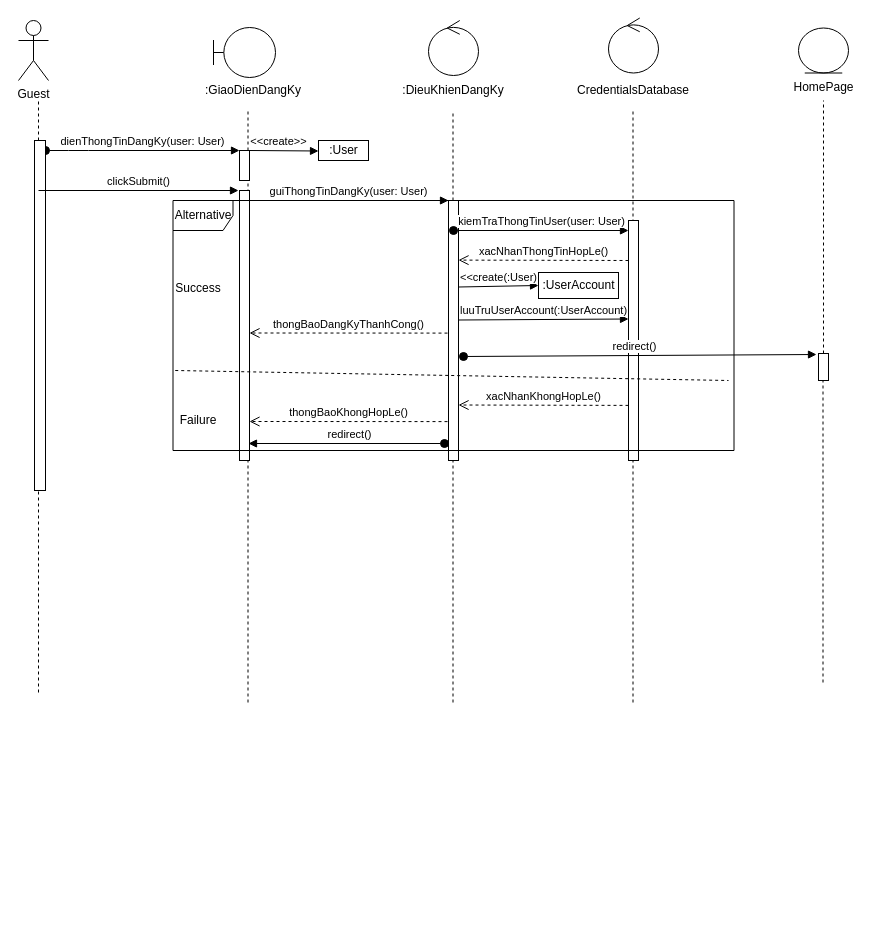
Earlier version of the draw.io diagram signUpSequenceDiagram.drawio (hoangminh15/PTTKHT). Source tidied: cells renumbered, new cells numbered last; positions are measured from the earlier drawing's top-left corner, leaving out a move shared by most shapes. Both pictures are drawn from the tidied source at 100%, with x=0, y=0 at pixel (18, 18).
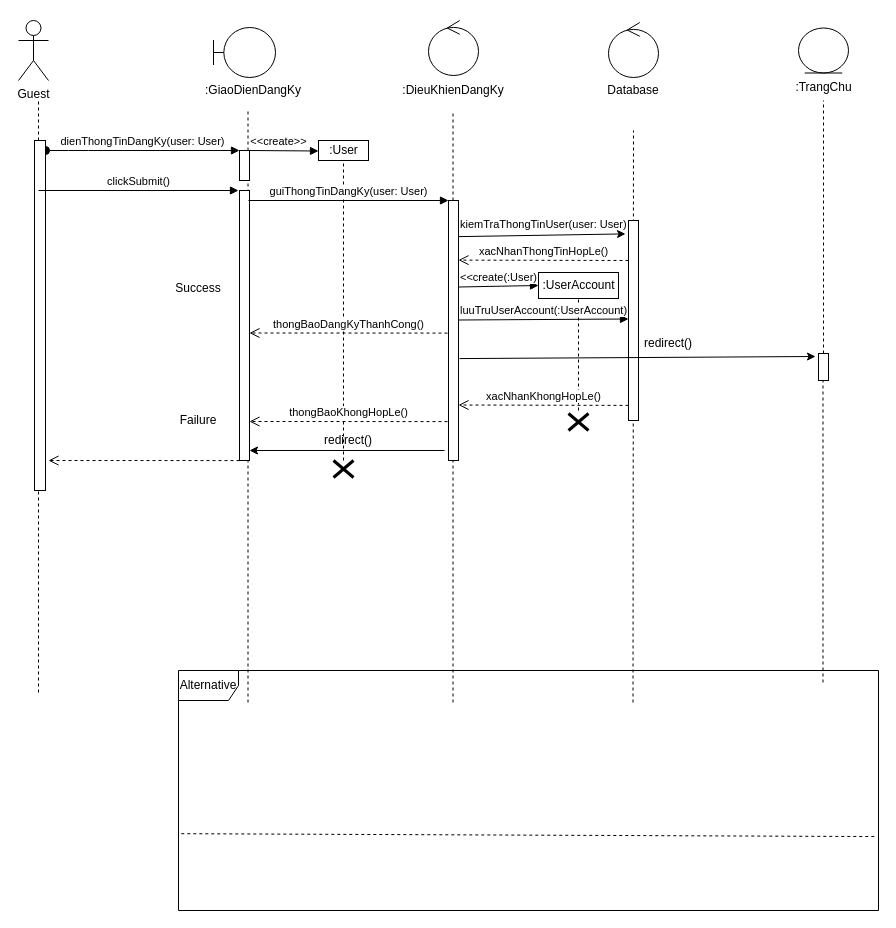
The same diagram, later.

The change refers to these unchanged cells:
```xml
<mxCell id="20" style="html=1;points=[];perimeter=orthogonalPerimeter;" parent="1" vertex="1">
  <mxGeometry x="221" y="172" width="10" height="270" as="geometry" />
</mxCell>
<mxCell id="22" style="html=1;points=[];perimeter=orthogonalPerimeter;" parent="1" vertex="1">
  <mxGeometry x="430" y="182" width="10" height="260" as="geometry" />
</mxCell>
<mxCell id="25" value=":User" style="html=1;" parent="1" vertex="1">
  <mxGeometry x="300" y="122" width="50" height="20" as="geometry" />
</mxCell>
<mxCell id="34" value=":UserAccount" style="html=1;" parent="1" vertex="1">
  <mxGeometry x="520" y="254" width="80" height="26" as="geometry" />
</mxCell>
```

Change to the diagram source:
```diff
@@
+    <mxCell id="44" style="endArrow=none;dashed=1;html=1;entryX=0.5;entryY=1;entryDx=0;entryDy=0;" parent="1" edge="1" target="34">
+      <mxGeometry relative="1" as="geometry">
+        <mxPoint x="560" y="392" as="sourcePoint" />
+      </mxGeometry>
+    </mxCell>
+    <mxCell id="45" style="endArrow=none;dashed=1;html=1;entryX=0.5;entryY=1;entryDx=0;entryDy=0;" parent="1" edge="1" source="51" target="25">
+      <mxGeometry relative="1" as="geometry" />
+    </mxCell>
@@
     <mxCell id="10" style="ellipse;shape=umlControl;whiteSpace=wrap;html=1;" parent="1" vertex="1">
-      <mxGeometry x="590" y="-0.5" width="50" height="55" as="geometry" />
+      <mxGeometry x="590" y="4" width="50" height="55" as="geometry" />
     </mxCell>
-    <mxCell id="11" value="CredentialsDatabase" style="text;html=1;strokeColor=none;fillColor=none;align=center;verticalAlign=middle;whiteSpace=wrap;rounded=0;" parent="1" vertex="1">
+    <mxCell id="11" value="Database" style="text;html=1;strokeColor=none;fillColor=none;align=center;verticalAlign=middle;whiteSpace=wrap;rounded=0;" parent="1" vertex="1">
       <mxGeometry x="595" y="62" width="40" height="20" as="geometry" />
     </mxCell>
-    <mxCell id="12" value="HomePage" style="text;html=1;strokeColor=none;fillColor=none;align=center;verticalAlign=middle;whiteSpace=wrap;rounded=0;" parent="1" vertex="1">
+    <mxCell id="12" value=":TrangChu" style="text;html=1;strokeColor=none;fillColor=none;align=center;verticalAlign=middle;whiteSpace=wrap;rounded=0;" parent="1" vertex="1">
       <mxGeometry x="767.5" y="59" width="75" height="20" as="geometry" />
     </mxCell>
@@
     <mxCell id="14" style="endArrow=none;dashed=1;html=1;" parent="1" edge="1">
       <mxGeometry relative="1" as="geometry">
         <mxPoint x="614.5" y="684" as="sourcePoint" />
-        <mxPoint x="614.5" y="92" as="targetPoint" />
+        <mxPoint x="615" y="112" as="targetPoint" />
       </mxGeometry>
     </mxCell>
@@
     <mxCell id="26" style="html=1;points=[];perimeter=orthogonalPerimeter;" parent="1" vertex="1">
-      <mxGeometry x="610" y="202" width="10" height="240" as="geometry" />
+      <mxGeometry x="610" y="202" width="10" height="200" as="geometry" />
     </mxCell>
-    <mxCell id="27" value="kiemTraThongTinUser(user: User)" style="html=1;verticalAlign=bottom;startArrow=oval;endArrow=block;startSize=8;" parent="1" edge="1" target="26">
-      <mxGeometry relative="1" as="geometry">
-        <mxPoint x="435" y="212" as="sourcePoint" />
-      </mxGeometry>
-    </mxCell>
@@
     <mxCell id="33" value="Alternative" style="shape=umlFrame;whiteSpace=wrap;html=1;" parent="1" vertex="1">
-      <mxGeometry x="154.5" y="182" width="561" height="250" as="geometry" />
+      <mxGeometry x="160" y="652" width="700" height="240" as="geometry" />
     </mxCell>
@@
-    <mxCell id="35" value="redirect()" style="html=1;verticalAlign=bottom;startArrow=oval;endArrow=block;startSize=8;entryX=-0.2;entryY=0;entryDx=0;entryDy=0;entryPerimeter=0;" parent="1" edge="1">
-      <mxGeometry x="-0.03" relative="1" as="geometry">
-        <mxPoint x="445" y="338" as="sourcePoint" />
-        <mxPoint x="798" y="336" as="targetPoint" />
-      </mxGeometry>
-    </mxCell>
@@
-    <mxCell id="39" value="redirect()" style="html=1;verticalAlign=bottom;startArrow=oval;endArrow=block;startSize=8;exitX=-0.4;exitY=0.54;exitDx=0;exitDy=0;exitPerimeter=0;" parent="1" edge="1">
-      <mxGeometry x="-0.03" relative="1" as="geometry">
-        <mxPoint x="426" y="425" as="sourcePoint" />
-        <mxPoint x="230" y="425" as="targetPoint" />
-      </mxGeometry>
-    </mxCell>
@@
-    <mxCell id="41" style="endArrow=none;dashed=1;html=1;exitX=0.004;exitY=0.68;exitDx=0;exitDy=0;exitPerimeter=0;" parent="1" edge="1" source="33">
-      <mxGeometry relative="1" as="geometry">
-        <mxPoint x="710" y="362" as="targetPoint" />
-      </mxGeometry>
+    <mxCell id="41" style="endArrow=none;dashed=1;html=1;exitX=0.004;exitY=0.68;exitDx=0;exitDy=0;exitPerimeter=0;entryX=0.998;entryY=0.692;entryDx=0;entryDy=0;entryPerimeter=0;" parent="1" edge="1" source="33" target="33">
+      <mxGeometry relative="1" as="geometry" />
     </mxCell>
@@
+    <mxCell id="46" style="endArrow=classic;html=1;entryX=-0.3;entryY=0.067;entryDx=0;entryDy=0;entryPerimeter=0;exitX=1;exitY=0.139;exitDx=0;exitDy=0;exitPerimeter=0;" parent="1" edge="1" source="22" target="26">
+      <mxGeometry relative="1" as="geometry" />
+    </mxCell>
+    <mxCell id="27" value="&lt;span style=&quot;color: rgb(0, 0, 0); font-family: helvetica; font-size: 11px; font-style: normal; font-weight: 400; letter-spacing: normal; text-align: center; text-indent: 0px; text-transform: none; word-spacing: 0px; background-color: rgb(255, 255, 255); display: inline; float: none;&quot;&gt;kiemTraThongTinUser(user: User)&lt;/span&gt;" style="text;whiteSpace=wrap;html=1;" parent="1" vertex="1">
+      <mxGeometry x="440" y="192" width="190" height="30" as="geometry" />
+    </mxCell>
+    <mxCell id="47" style="endArrow=classic;html=1;exitX=1.1;exitY=0.608;exitDx=0;exitDy=0;exitPerimeter=0;" parent="1" edge="1" source="22">
+      <mxGeometry relative="1" as="geometry">
+        <mxPoint x="797" y="338" as="targetPoint" />
+      </mxGeometry>
+    </mxCell>
+    <mxCell id="48" value="redirect()" style="text;html=1;strokeColor=none;fillColor=none;align=center;verticalAlign=middle;whiteSpace=wrap;rounded=0;" parent="1" vertex="1">
+      <mxGeometry x="630" y="315" width="40" height="20" as="geometry" />
+    </mxCell>
+    <mxCell id="49" style="endArrow=classic;html=1;" parent="1" edge="1" target="20">
+      <mxGeometry relative="1" as="geometry">
+        <mxPoint x="426" y="432" as="sourcePoint" />
+      </mxGeometry>
+    </mxCell>
+    <mxCell id="50" value="redirect()" style="text;html=1;strokeColor=none;fillColor=none;align=center;verticalAlign=middle;whiteSpace=wrap;rounded=0;" parent="1" vertex="1">
+      <mxGeometry x="310" y="412" width="40" height="20" as="geometry" />
+    </mxCell>
+    <mxCell id="51" style="shape=umlDestroy;whiteSpace=wrap;html=1;strokeWidth=3;" parent="1" vertex="1">
+      <mxGeometry x="315" y="442" width="20" height="17" as="geometry" />
+    </mxCell>
+    <mxCell id="52" style="shape=umlDestroy;whiteSpace=wrap;html=1;strokeWidth=3;" parent="1" vertex="1">
+      <mxGeometry x="550" y="395" width="20" height="17" as="geometry" />
+    </mxCell>
+    <mxCell id="53" style="html=1;verticalAlign=bottom;endArrow=open;dashed=1;endSize=8;exitX=-0.1;exitY=0.267;exitDx=0;exitDy=0;exitPerimeter=0;" parent="1" edge="1">
+      <mxGeometry relative="1" as="geometry">
+        <mxPoint x="221" y="442.1" as="sourcePoint" />
+        <mxPoint x="30" y="442" as="targetPoint" />
+      </mxGeometry>
+    </mxCell>
```
